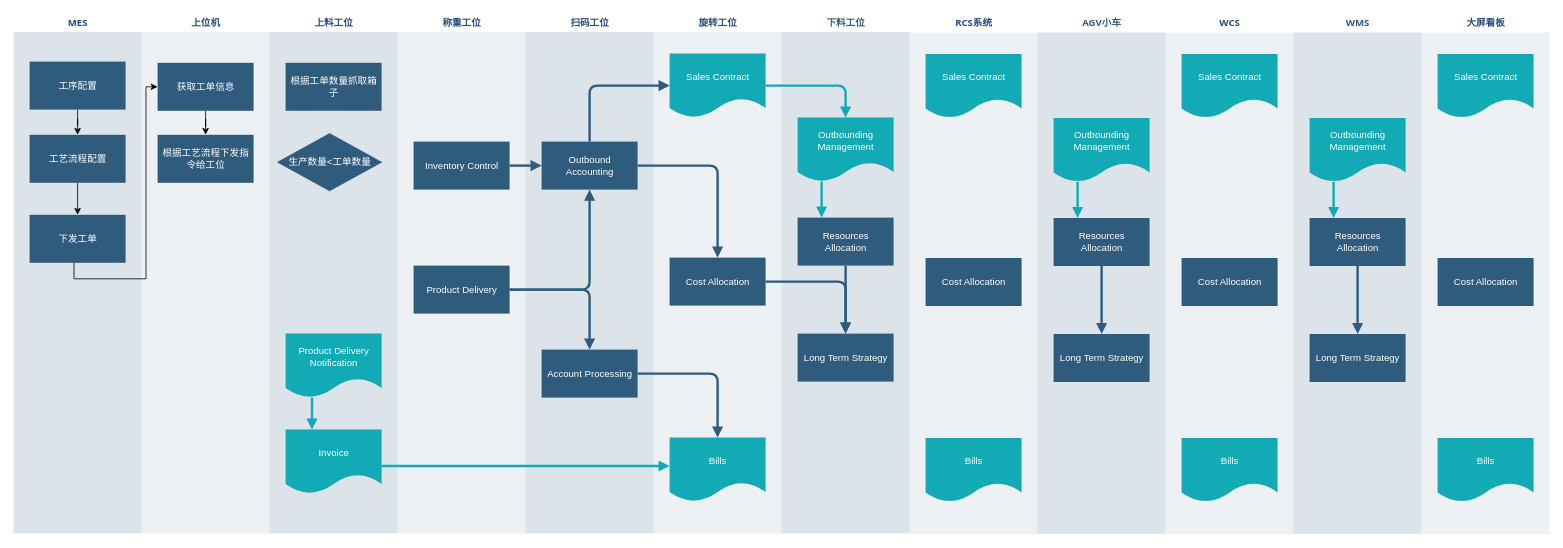
Earlier version of the draw.io diagram data/Demo线流程图.drawio (chenyanxi/hosts). Source tidied: cells renumbered, new cells numbered last; positions are measured from the earlier drawing's top-left corner, leaving out a move shared by most shapes. Both pictures are drawn from the tidied source at 80%, with x=0, y=0 at pixel (13, 13).
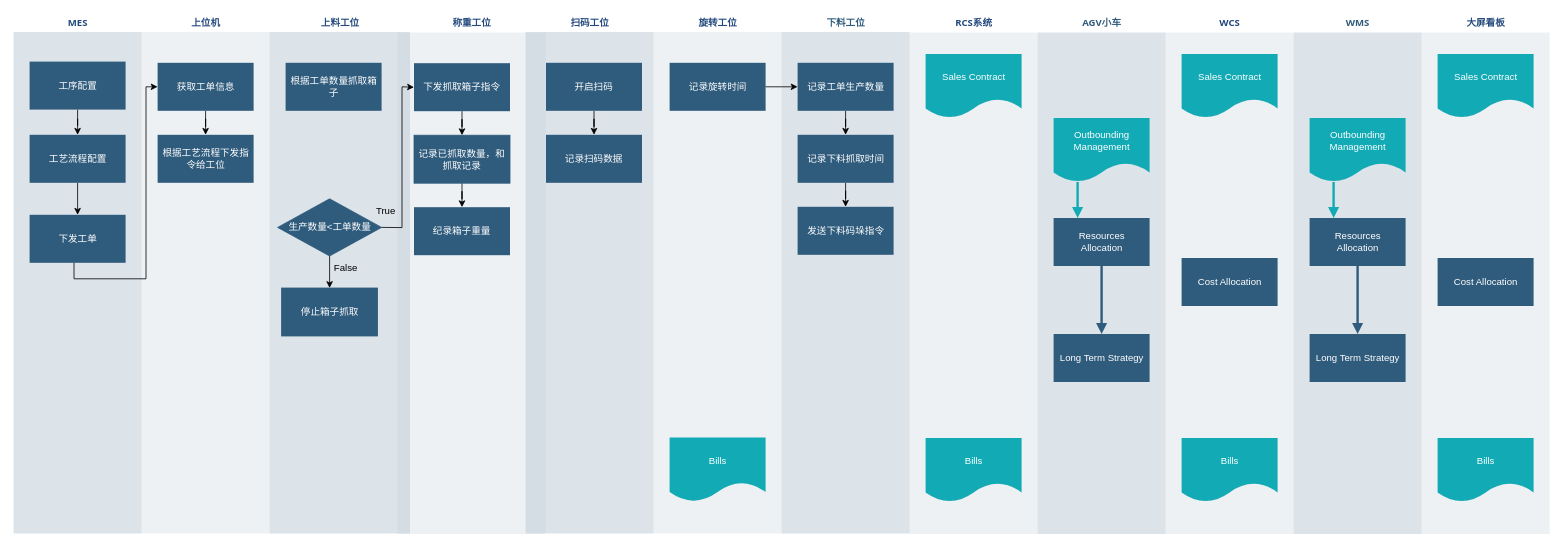
The same diagram, later.

Commit message (it also covers changes not shown here):
更新Demo线流程图.drawio

The change refers to these unchanged cells:
```xml
<mxCell id="9" value="&lt;font color=&quot;#23497d&quot;&gt;旋转工位&lt;/font&gt;" style="swimlane;whiteSpace=wrap;fillColor=none;swimlaneFillColor=#BAC8D3;fontColor=#2F5B7C;fontFamily=Tahoma;html=1;strokeColor=none;opacity=25;" parent="1" vertex="1">
  <mxGeometry x="800.5" y="0.5" width="160" height="650" as="geometry" />
</mxCell>
<mxCell id="11" value="Bills" style="shape=document;whiteSpace=wrap;verticalAlign=middle;strokeColor=none;fillColor=#12aab5;shadow=0;fontColor=#FFFFFF;fontFamily=Helvetica;fontStyle=0;html=1;fontSize=12;spacing=6;spacingBottom=22;" parent="9" vertex="1">
  <mxGeometry x="20" y="530" width="120" height="80" as="geometry" />
</mxCell>
<mxCell id="13" value="&lt;font color=&quot;#23497d&quot;&gt;扫码工位&lt;/font&gt;" style="swimlane;whiteSpace=wrap;fillColor=none;swimlaneFillColor=#BAC8D3;fontColor=#2F5B7C;fontFamily=Tahoma;html=1;strokeColor=none;opacity=50;" parent="1" vertex="1">
  <mxGeometry x="640.5" y="0.5" width="160" height="650" as="geometry" />
</mxCell>
<mxCell id="29" value="下料工位" style="swimlane;whiteSpace=wrap;fillColor=none;swimlaneFillColor=#BAC8D3;fontColor=#2F5B7C;fontFamily=Tahoma;html=1;strokeColor=none;opacity=50;" parent="1" vertex="1">
  <mxGeometry x="960.5" y="0.5" width="160" height="650" as="geometry" />
</mxCell>
<mxCell id="44" value="&lt;font color=&quot;#23497d&quot;&gt;RCS系统&lt;/font&gt;" style="swimlane;whiteSpace=wrap;fillColor=none;swimlaneFillColor=#BAC8D3;fontColor=#2F5B7C;fontFamily=Tahoma;html=1;strokeColor=none;opacity=25;startSize=23;" parent="1" vertex="1">
  <mxGeometry x="1120.5" y="1" width="160" height="650" as="geometry" />
</mxCell>
```

The edit, as a diff of the source:
```diff
@@
-    <mxCell id="10" value="Sales Contract" style="shape=document;whiteSpace=wrap;verticalAlign=middle;strokeColor=none;fillColor=#12aab5;shadow=0;fontColor=#FFFFFF;fontFamily=Helvetica;fontStyle=0;html=1;fontSize=12;spacing=6;spacingBottom=22;" parent="9" vertex="1">
-      <mxGeometry x="20" y="50" width="120" height="80" as="geometry" />
-    </mxCell>
@@
-    <mxCell id="12" value="Cost Allocation" style="whiteSpace=wrap;strokeColor=none;fillColor=#2f5b7c;shadow=0;fontColor=#FFFFFF;fontFamily=Helvetica;fontStyle=0;html=1;fontSize=12;spacing=6;verticalAlign=middle;" parent="9" vertex="1">
-      <mxGeometry x="20" y="305" width="120" height="60" as="geometry" />
+    <mxCell id="12" value="记录旋转时间" style="whiteSpace=wrap;strokeColor=none;fillColor=#2f5b7c;shadow=0;fontColor=#FFFFFF;fontFamily=Helvetica;fontStyle=0;html=1;fontSize=12;spacing=6;verticalAlign=middle;" parent="9" vertex="1">
+      <mxGeometry x="20" y="61.5" width="120" height="60" as="geometry" />
     </mxCell>
@@
+    <mxCell id="71" style="edgeStyle=orthogonalEdgeStyle;rounded=0;jettySize=auto;html=1;" parent="13" edge="1" source="14" target="15">
+      <mxGeometry relative="1" as="geometry" />
+    </mxCell>
-    <mxCell id="14" value="Outbound Accounting" style="whiteSpace=wrap;fillColor=#2f5b7c;strokeColor=none;shadow=0;fontColor=#FFFFFF;fontFamily=Helvetica;fontStyle=0;html=1;fontSize=12;spacing=6;verticalAlign=middle;" parent="13" vertex="1">
-      <mxGeometry x="20" y="160" width="120" height="60" as="geometry" />
+    <mxCell id="14" value="开启扫码" style="whiteSpace=wrap;fillColor=#2f5b7c;strokeColor=none;shadow=0;fontColor=#FFFFFF;fontFamily=Helvetica;fontStyle=0;html=1;fontSize=12;spacing=6;verticalAlign=middle;" parent="13" vertex="1">
+      <mxGeometry x="25.5" y="61.5" width="120" height="60" as="geometry" />
     </mxCell>
-    <mxCell id="15" value="Account Processing" style="whiteSpace=wrap;strokeColor=none;fillColor=#2f5b7c;shadow=0;fontColor=#FFFFFF;fontFamily=Helvetica;fontStyle=0;html=1;fontSize=12;spacing=6;verticalAlign=middle;" parent="13" vertex="1">
-      <mxGeometry x="20" y="420" width="120" height="60" as="geometry" />
+    <mxCell id="15" value="记录扫码数据" style="whiteSpace=wrap;strokeColor=none;fillColor=#2f5b7c;shadow=0;fontColor=#FFFFFF;fontFamily=Helvetica;fontStyle=0;html=1;fontSize=12;spacing=6;verticalAlign=middle;" parent="13" vertex="1">
+      <mxGeometry x="25.5" y="151.5" width="120" height="60" as="geometry" />
     </mxCell>
@@
     <mxCell id="20" value="&lt;font color=&quot;#23497d&quot;&gt;上料工位&lt;/font&gt;" style="swimlane;whiteSpace=wrap;fillColor=none;swimlaneFillColor=#BAC8D3;fontColor=#2F5B7C;fontFamily=Tahoma;html=1;strokeColor=none;opacity=50;" parent="1" vertex="1">
-      <mxGeometry x="320.5" y="0.5" width="160" height="650" as="geometry" />
+      <mxGeometry x="320.5" y="0.5" width="175.5" height="650" as="geometry" />
     </mxCell>
-    <mxCell id="21" value="Product Delivery Notification" style="shape=document;whiteSpace=wrap;strokeColor=none;fillColor=#12aab5;shadow=0;fontColor=#FFFFFF;fontFamily=Helvetica;fontStyle=0;html=1;fontSize=12;verticalAlign=middle;spacing=6;spacingBottom=22;" parent="20" vertex="1">
-      <mxGeometry x="20" y="400" width="120" height="80" as="geometry" />
-    </mxCell>
-    <mxCell id="22" value="Invoice" style="shape=document;whiteSpace=wrap;verticalAlign=middle;strokeColor=none;fillColor=#12aab5;shadow=0;fontColor=#FFFFFF;fontFamily=Helvetica;fontStyle=0;html=1;fontSize=12;spacing=6;spacingBottom=22;" parent="20" vertex="1">
-      <mxGeometry x="20" y="520" width="120" height="80" as="geometry" />
-    </mxCell>
-    <mxCell id="23" style="edgeStyle=segmentEdgeStyle;strokeColor=#12AAB5;strokeWidth=3;html=1;endArrow=block;endFill=1;" parent="20" edge="1" source="21" target="22">
-      <mxGeometry relative="1" as="geometry">
-        <Array as="points">
-          <mxPoint x="53" y="501" />
-          <mxPoint x="53" y="501" />
-        </Array>
-      </mxGeometry>
-    </mxCell>
@@
+    <mxCell id="72" style="edgeStyle=orthogonalEdgeStyle;rounded=0;jettySize=auto;html=1;" parent="20" edge="1" source="25" target="73">
+      <mxGeometry relative="1" as="geometry" />
+    </mxCell>
     <mxCell id="25" value="&lt;font color=&quot;#ffffff&quot;&gt;生产数量&amp;lt;工单数量&lt;/font&gt;" style="rhombus;whiteSpace=wrap;html=1;strokeColor=#2F5B7C;fillColor=#2F5B7C;" parent="20" vertex="1">
-      <mxGeometry x="10" y="150" width="130" height="71.5" as="geometry" />
+      <mxGeometry x="10" y="231.5" width="130" height="71.5" as="geometry" />
     </mxCell>
+    <mxCell id="73" value="&lt;font color=&quot;#ffffff&quot;&gt;停止箱子抓取&lt;/font&gt;" style="whiteSpace=wrap;html=1;fillColor=#2F5B7C;strokeColor=#2F5B7C;" parent="20" vertex="1">
+      <mxGeometry x="15" y="343" width="120" height="60" as="geometry" />
+    </mxCell>
+    <mxCell id="74" value="False" style="text;html=1;strokeColor=none;fillColor=none;align=center;verticalAlign=middle;whiteSpace=wrap;rounded=0;" parent="20" vertex="1">
+      <mxGeometry x="65.5" y="303" width="60" height="30" as="geometry" />
+    </mxCell>
+    <mxCell id="75" value="True" style="text;html=1;strokeColor=none;fillColor=none;align=center;verticalAlign=middle;whiteSpace=wrap;rounded=0;" parent="20" vertex="1">
+      <mxGeometry x="115.5" y="231.5" width="60" height="30" as="geometry" />
+    </mxCell>
     <mxCell id="26" value="&lt;font color=&quot;#23497d&quot;&gt;称重工位&lt;/font&gt;" style="swimlane;whiteSpace=wrap;fillColor=none;swimlaneFillColor=#BAC8D3;fontColor=#2F5B7C;fontFamily=Tahoma;html=1;strokeColor=none;opacity=25;" parent="1" vertex="1">
-      <mxGeometry x="480.5" y="0.5" width="160" height="650" as="geometry" />
+      <mxGeometry x="480.5" y="1" width="185" height="650" as="geometry" />
     </mxCell>
-    <mxCell id="27" value="Inventory Control" style="whiteSpace=wrap;strokeColor=none;fillColor=#2f5b7c;shadow=0;fontColor=#FFFFFF;fontFamily=Helvetica;fontStyle=0;html=1;fontSize=12;spacing=6;verticalAlign=middle;" parent="26" vertex="1">
-      <mxGeometry x="20" y="160" width="120" height="60" as="geometry" />
+    <mxCell id="27" value="纪录箱子重量" style="whiteSpace=wrap;strokeColor=none;fillColor=#2f5b7c;shadow=0;fontColor=#FFFFFF;fontFamily=Helvetica;fontStyle=0;html=1;fontSize=12;spacing=6;verticalAlign=middle;" parent="26" vertex="1">
+      <mxGeometry x="20.5" y="241.5" width="120" height="60" as="geometry" />
     </mxCell>
-    <mxCell id="28" value="Product Delivery" style="whiteSpace=wrap;strokeColor=none;fillColor=#2f5b7c;shadow=0;fontColor=#FFFFFF;fontFamily=Helvetica;fontStyle=0;html=1;fontSize=12;spacing=6;verticalAlign=middle;" parent="26" vertex="1">
-      <mxGeometry x="20" y="315" width="120" height="60" as="geometry" />
-    </mxCell>
+    <mxCell id="76" style="edgeStyle=orthogonalEdgeStyle;rounded=0;jettySize=auto;html=1;" parent="26" edge="1" source="77" target="27">
+      <mxGeometry relative="1" as="geometry" />
+    </mxCell>
+    <mxCell id="77" value="&lt;font color=&quot;#ffffff&quot;&gt;记录已抓取数量，和抓取记录&lt;/font&gt;" style="whiteSpace=wrap;html=1;fillColor=#2F5B7C;strokeColor=#2F5B7C;" parent="26" vertex="1">
+      <mxGeometry x="20.5" y="151.5" width="120" height="60" as="geometry" />
+    </mxCell>
+    <mxCell id="78" style="edgeStyle=orthogonalEdgeStyle;rounded=0;jettySize=auto;html=1;" parent="26" edge="1" source="79" target="77">
+      <mxGeometry relative="1" as="geometry" />
+    </mxCell>
+    <mxCell id="79" value="下发抓取箱子指令" style="whiteSpace=wrap;strokeColor=none;fillColor=#2f5b7c;shadow=0;fontColor=#FFFFFF;fontFamily=Helvetica;fontStyle=0;html=1;fontSize=12;spacing=6;verticalAlign=middle;" parent="26" vertex="1">
+      <mxGeometry x="20.5" y="61.5" width="120" height="60" as="geometry" />
+    </mxCell>
@@
-    <mxCell id="30" value="Outbounding Management" style="shape=document;whiteSpace=wrap;verticalAlign=middle;strokeColor=none;fillColor=#12aab5;shadow=0;fontColor=#FFFFFF;fontFamily=Helvetica;fontStyle=0;html=1;fontSize=12;spacing=6;spacingBottom=22;" parent="29" vertex="1">
-      <mxGeometry x="20" y="130" width="120" height="80" as="geometry" />
-    </mxCell>
+    <mxCell id="33" style="edgeStyle=orthogonalEdgeStyle;rounded=0;jettySize=auto;html=1;" parent="29" edge="1" source="31" target="32">
+      <mxGeometry relative="1" as="geometry" />
+    </mxCell>
-    <mxCell id="31" value="Resources Allocation" style="whiteSpace=wrap;strokeColor=none;fillColor=#2f5b7c;shadow=0;fontColor=#FFFFFF;fontFamily=Helvetica;fontStyle=0;html=1;fontSize=12;spacing=6;verticalAlign=middle;" parent="29" vertex="1">
-      <mxGeometry x="20" y="255" width="120" height="60" as="geometry" />
+    <mxCell id="31" value="记录工单生产数量" style="whiteSpace=wrap;strokeColor=none;fillColor=#2f5b7c;shadow=0;fontColor=#FFFFFF;fontFamily=Helvetica;fontStyle=0;html=1;fontSize=12;spacing=6;verticalAlign=middle;" parent="29" vertex="1">
+      <mxGeometry x="20" y="61.5" width="120" height="60" as="geometry" />
     </mxCell>
+    <mxCell id="80" style="edgeStyle=orthogonalEdgeStyle;rounded=0;jettySize=auto;html=1;" parent="29" edge="1" source="32" target="47">
+      <mxGeometry relative="1" as="geometry" />
+    </mxCell>
-    <mxCell id="32" value="Long Term Strategy" style="whiteSpace=wrap;strokeColor=none;fillColor=#2f5b7c;shadow=0;fontColor=#FFFFFF;fontFamily=Helvetica;fontStyle=0;html=1;fontSize=12;spacing=6;verticalAlign=middle;" parent="29" vertex="1">
-      <mxGeometry x="20" y="400" width="120" height="60" as="geometry" />
+    <mxCell id="32" value="记录下料抓取时间" style="whiteSpace=wrap;strokeColor=none;fillColor=#2f5b7c;shadow=0;fontColor=#FFFFFF;fontFamily=Helvetica;fontStyle=0;html=1;fontSize=12;spacing=6;verticalAlign=middle;" parent="29" vertex="1">
+      <mxGeometry x="20" y="151.5" width="120" height="60" as="geometry" />
     </mxCell>
-    <mxCell id="33" style="edgeStyle=segmentEdgeStyle;strokeColor=#2F5B7C;strokeWidth=3;html=1;endArrow=block;endFill=1;" parent="29" edge="1" source="31" target="32">
-      <mxGeometry relative="1" as="geometry" />
-    </mxCell>
-    <mxCell id="34" style="edgeStyle=segmentEdgeStyle;entryX=0.25;entryY=0;strokeColor=#12AAB5;strokeWidth=3;html=1;endArrow=block;endFill=1;" parent="29" edge="1" source="30" target="31">
-      <mxGeometry relative="1" as="geometry" />
-    </mxCell>
-    <mxCell id="35" style="edgeStyle=elbowEdgeStyle;elbow=vertical;strokeColor=#12AAB5;strokeWidth=3;html=1;endArrow=block;endFill=1;" parent="1" edge="1" source="22" target="11">
-      <mxGeometry x="484.5" y="623.5" as="geometry" />
-    </mxCell>
-    <mxCell id="36" style="edgeStyle=none;strokeColor=#2F5B7C;strokeWidth=3;html=1;endArrow=block;endFill=1;" parent="1" edge="1" source="27" target="14">
-      <mxGeometry x="644.5" y="278.5" as="geometry" />
-    </mxCell>
-    <mxCell id="37" style="edgeStyle=segmentEdgeStyle;strokeColor=#2F5B7C;strokeWidth=3;html=1;endArrow=block;endFill=1;" parent="1" edge="1" source="28" target="14">
-      <mxGeometry x="644.5" y="308.5" as="geometry" />
-    </mxCell>
-    <mxCell id="38" style="edgeStyle=segmentEdgeStyle;strokeColor=#2F5B7C;strokeWidth=3;html=1;endArrow=block;endFill=1;" parent="1" edge="1" source="28" target="15">
-      <mxGeometry x="644.5" y="433.5" as="geometry" />
-    </mxCell>
-    <mxCell id="39" style="edgeStyle=segmentEdgeStyle;strokeColor=#2F5B7C;strokeWidth=3;html=1;endArrow=block;endFill=1;" parent="1" edge="1" source="14" target="10">
-      <mxGeometry x="744.5" y="178.5" as="geometry">
-        <Array as="points">
-          <mxPoint x="720.5" y="90.5" />
-        </Array>
-      </mxGeometry>
-    </mxCell>
-    <mxCell id="40" style="edgeStyle=segmentEdgeStyle;strokeColor=#2F5B7C;strokeWidth=3;html=1;endArrow=block;endFill=1;" parent="1" edge="1" source="14" target="12">
-      <mxGeometry x="804.5" y="278.5" as="geometry" />
-    </mxCell>
-    <mxCell id="41" style="edgeStyle=segmentEdgeStyle;strokeColor=#2F5B7C;strokeWidth=3;html=1;endArrow=block;endFill=1;" parent="1" edge="1" source="15" target="11">
-      <mxGeometry x="804.5" y="538.5" as="geometry" />
-    </mxCell>
-    <mxCell id="42" style="edgeStyle=segmentEdgeStyle;strokeColor=#2F5B7C;strokeWidth=3;html=1;endArrow=block;endFill=1;" parent="1" edge="1" source="12" target="32">
-      <mxGeometry x="964.5" y="423.5" as="geometry" />
-    </mxCell>
-    <mxCell id="43" style="edgeStyle=segmentEdgeStyle;strokeColor=#12AAB5;strokeWidth=3;html=1;endArrow=block;endFill=1;" parent="1" edge="1" source="10" target="30">
-      <mxGeometry x="964.5" y="178.5" as="geometry" />
-    </mxCell>
+    <mxCell id="47" value="发送下料码垛指令" style="whiteSpace=wrap;strokeColor=none;fillColor=#2f5b7c;shadow=0;fontColor=#FFFFFF;fontFamily=Helvetica;fontStyle=0;html=1;fontSize=12;spacing=6;verticalAlign=middle;" parent="29" vertex="1">
+      <mxGeometry x="20" y="241.5" width="120" height="60" as="geometry" />
+    </mxCell>
@@
-    <mxCell id="47" value="Cost Allocation" style="whiteSpace=wrap;strokeColor=none;fillColor=#2f5b7c;shadow=0;fontColor=#FFFFFF;fontFamily=Helvetica;fontStyle=0;html=1;fontSize=12;spacing=6;verticalAlign=middle;" parent="44" vertex="1">
-      <mxGeometry x="20" y="305" width="120" height="60" as="geometry" />
-    </mxCell>
@@
+    <mxCell id="81" style="edgeStyle=orthogonalEdgeStyle;rounded=0;jettySize=auto;html=1;" parent="1" edge="1" source="12" target="31">
+      <mxGeometry relative="1" as="geometry" />
+    </mxCell>
+    <mxCell id="82" style="endArrow=none;html=1;rounded=0;exitX=1;exitY=0.5;exitDx=0;exitDy=0;" parent="1" edge="1" source="25">
+      <mxGeometry relative="1" as="geometry">
+        <mxPoint x="486" y="92" as="targetPoint" />
+        <Array as="points">
+          <mxPoint x="486" y="268" />
+        </Array>
+      </mxGeometry>
+    </mxCell>
+    <mxCell id="83" style="endArrow=classic;html=1;rounded=0;entryX=0;entryY=0.5;entryDx=0;entryDy=0;" parent="1" edge="1" target="79">
+      <mxGeometry relative="1" as="geometry">
+        <mxPoint x="486" y="92" as="sourcePoint" />
+      </mxGeometry>
+    </mxCell>
```
